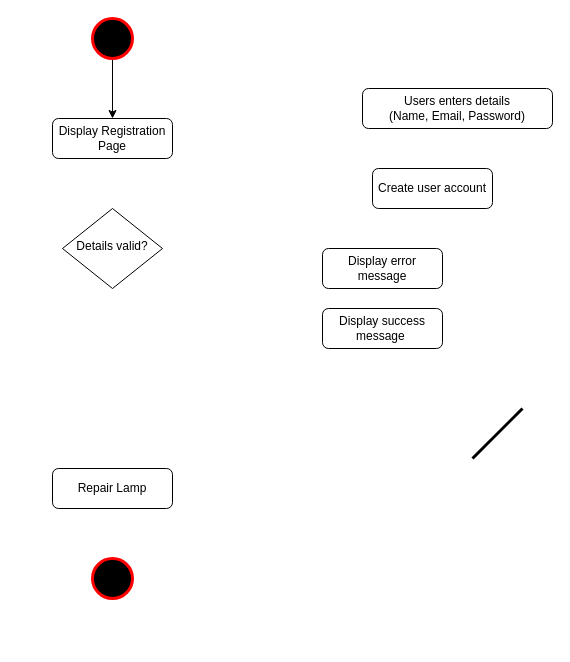
This is page "Registration" (1 of 15) of Activity Diagram.drawio from shamim36/Final-Defence-Diagram, a draw.io file, before an edit. Source tidied: cells renumbered, new cells numbered last; positions are measured from the earlier drawing's top-left corner, leaving out a move shared by most shapes. Both pictures are drawn from the tidied source at 100%, with x=0, y=0 at pixel (52, 18).
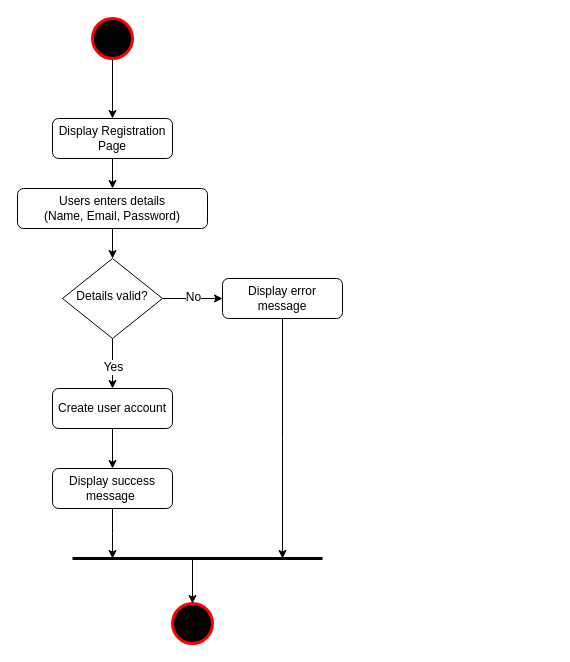
Above is the later version.

The change refers to these unchanged cells:
```xml
<mxCell id="2" value="Display Registration Page" style="rounded=1;whiteSpace=wrap;html=1;fontSize=12;glass=0;strokeWidth=1;shadow=0;" parent="1" vertex="1">
  <mxGeometry y="100" width="120" height="40" as="geometry" />
</mxCell>
```

What changed in the source:
```diff
@@
+    <mxCell id="13" style="edgeStyle=orthogonalEdgeStyle;rounded=0;jettySize=auto;html=1;exitX=0.5;exitY=1;exitDx=0;exitDy=0;fontFamily=Helvetica;fontSize=12;fontColor=default;" parent="1" edge="1" source="2" target="4">
+      <mxGeometry relative="1" as="geometry" />
+    </mxCell>
@@
+    <mxCell id="14" style="edgeStyle=orthogonalEdgeStyle;rounded=0;jettySize=auto;html=1;exitX=0.5;exitY=1;exitDx=0;exitDy=0;entryX=0.5;entryY=0;entryDx=0;entryDy=0;fontFamily=Helvetica;fontSize=12;fontColor=default;" parent="1" edge="1" source="3" target="6">
+      <mxGeometry relative="1" as="geometry" />
+    </mxCell>
+    <mxCell id="15" value="Yes" style="edgeLabel;html=1;align=center;verticalAlign=middle;sketch=0;fillStyle=solid;strokeColor=light-dark(#000000,#EDEDED);strokeWidth=12;fontFamily=Helvetica;fontSize=12;fontColor=default;fillColor=#FF0000;" parent="14" vertex="1">
+      <mxGeometry x="0.13" relative="1" as="geometry" />
+    </mxCell>
+    <mxCell id="16" style="edgeStyle=orthogonalEdgeStyle;rounded=0;jettySize=auto;html=1;exitX=1;exitY=0.5;exitDx=0;exitDy=0;entryX=0;entryY=0.5;entryDx=0;entryDy=0;fontFamily=Helvetica;fontSize=12;fontColor=default;" parent="1" edge="1" source="3" target="11">
+      <mxGeometry relative="1" as="geometry" />
+    </mxCell>
+    <mxCell id="17" value="No" style="edgeLabel;html=1;align=center;verticalAlign=middle;sketch=0;fillStyle=solid;strokeColor=light-dark(#000000,#EDEDED);strokeWidth=12;fontFamily=Helvetica;fontSize=12;fontColor=default;fillColor=#FF0000;" parent="16" vertex="1">
+      <mxGeometry y="2" relative="1" as="geometry" />
+    </mxCell>
     <mxCell id="3" value="Details valid?" style="rhombus;whiteSpace=wrap;html=1;shadow=0;fontFamily=Helvetica;fontSize=12;align=center;strokeWidth=1;spacing=6;spacingTop=-4;" parent="1" vertex="1">
-      <mxGeometry x="10" y="190" width="100" height="80" as="geometry" />
+      <mxGeometry x="10" y="240" width="100" height="80" as="geometry" />
     </mxCell>
+    <mxCell id="18" style="edgeStyle=orthogonalEdgeStyle;rounded=0;jettySize=auto;html=1;exitX=0.5;exitY=1;exitDx=0;exitDy=0;fontFamily=Helvetica;fontSize=12;fontColor=default;" parent="1" edge="1" source="4" target="3">
+      <mxGeometry relative="1" as="geometry" />
+    </mxCell>
     <mxCell id="4" value="Users enters details&lt;div&gt;(Name, Email, Password)&lt;/div&gt;" style="rounded=1;whiteSpace=wrap;html=1;fontSize=12;glass=0;strokeWidth=1;shadow=0;" parent="1" vertex="1">
-      <mxGeometry x="310" y="70" width="190" height="40" as="geometry" />
+      <mxGeometry x="-35" y="170" width="190" height="40" as="geometry" />
     </mxCell>
-    <mxCell id="5" value="Repair Lamp" style="rounded=1;whiteSpace=wrap;html=1;fontSize=12;glass=0;strokeWidth=1;shadow=0;" parent="1" vertex="1">
-      <mxGeometry y="450" width="120" height="40" as="geometry" />
-    </mxCell>
+    <mxCell id="19" style="edgeStyle=orthogonalEdgeStyle;rounded=0;jettySize=auto;html=1;exitX=0.5;exitY=1;exitDx=0;exitDy=0;fontFamily=Helvetica;fontSize=12;fontColor=default;" parent="1" edge="1" source="6" target="12">
+      <mxGeometry relative="1" as="geometry" />
+    </mxCell>
     <mxCell id="6" value="Create user account" style="rounded=1;whiteSpace=wrap;html=1;fontSize=12;glass=0;strokeWidth=1;shadow=0;" parent="1" vertex="1">
-      <mxGeometry x="320" y="150" width="120" height="40" as="geometry" />
+      <mxGeometry y="370" width="120" height="40" as="geometry" />
     </mxCell>
     <mxCell id="7" style="endArrow=none;html=1;rounded=0;strokeWidth=3;" parent="1" edge="1">
       <mxGeometry relative="1" as="geometry">
-        <mxPoint x="420" y="440" as="sourcePoint" />
-        <mxPoint x="470" y="390" as="targetPoint" />
+        <mxPoint x="20" y="540" as="sourcePoint" />
+        <mxPoint x="270" y="540" as="targetPoint" />
+        <Array as="points">
+          <mxPoint x="140" y="540" />
+        </Array>
       </mxGeometry>
     </mxCell>
     <mxCell id="8" style="strokeWidth=3;html=1;shape=mxgraph.flowchart.start_2;whiteSpace=wrap;sketch=0;fillStyle=solid;strokeColor=light-dark(#FF0000,#EDEDED);align=center;verticalAlign=middle;fontFamily=Helvetica;fontSize=12;fontColor=default;fillColor=#000000;" parent="1" vertex="1">
-      <mxGeometry x="40" y="540" width="40" height="40" as="geometry" />
+      <mxGeometry x="120" y="585" width="40" height="40" as="geometry" />
     </mxCell>
@@
+    <mxCell id="20" style="edgeStyle=orthogonalEdgeStyle;rounded=0;jettySize=auto;html=1;exitX=0.5;exitY=1;exitDx=0;exitDy=0;fontFamily=Helvetica;fontSize=12;fontColor=default;" parent="1" edge="1" source="11">
+      <mxGeometry relative="1" as="geometry">
+        <mxPoint x="230" y="540" as="targetPoint" />
+      </mxGeometry>
+    </mxCell>
     <mxCell id="11" value="Display error message" style="rounded=1;whiteSpace=wrap;html=1;fontSize=12;glass=0;strokeWidth=1;shadow=0;" parent="1" vertex="1">
-      <mxGeometry x="270" y="230" width="120" height="40" as="geometry" />
+      <mxGeometry x="170" y="260" width="120" height="40" as="geometry" />
     </mxCell>
+    <mxCell id="21" style="edgeStyle=orthogonalEdgeStyle;rounded=0;jettySize=auto;html=1;exitX=0.5;exitY=1;exitDx=0;exitDy=0;fontFamily=Helvetica;fontSize=12;fontColor=default;" parent="1" edge="1" source="12">
+      <mxGeometry relative="1" as="geometry">
+        <mxPoint x="60" y="540" as="targetPoint" />
+      </mxGeometry>
+    </mxCell>
     <mxCell id="12" value="Display success message&amp;nbsp;" style="rounded=1;whiteSpace=wrap;html=1;fontSize=12;glass=0;strokeWidth=1;shadow=0;" parent="1" vertex="1">
-      <mxGeometry x="270" y="290" width="120" height="40" as="geometry" />
+      <mxGeometry y="450" width="120" height="40" as="geometry" />
     </mxCell>
+    <mxCell id="22" style="endArrow=classic;html=1;rounded=0;fontFamily=Helvetica;fontSize=12;fontColor=default;entryX=0.5;entryY=0;entryDx=0;entryDy=0;entryPerimeter=0;" parent="1" edge="1" target="8">
+      <mxGeometry relative="1" as="geometry">
+        <mxPoint x="140" y="540" as="sourcePoint" />
+      </mxGeometry>
+    </mxCell>
```
